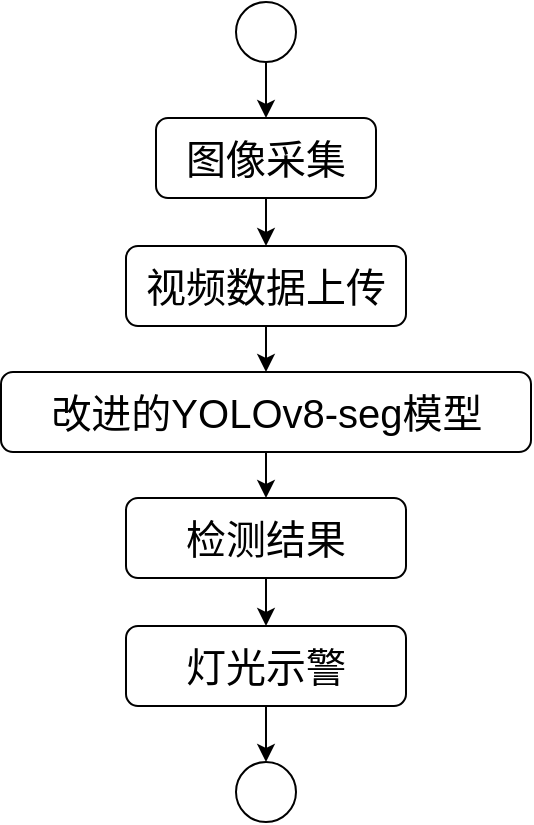
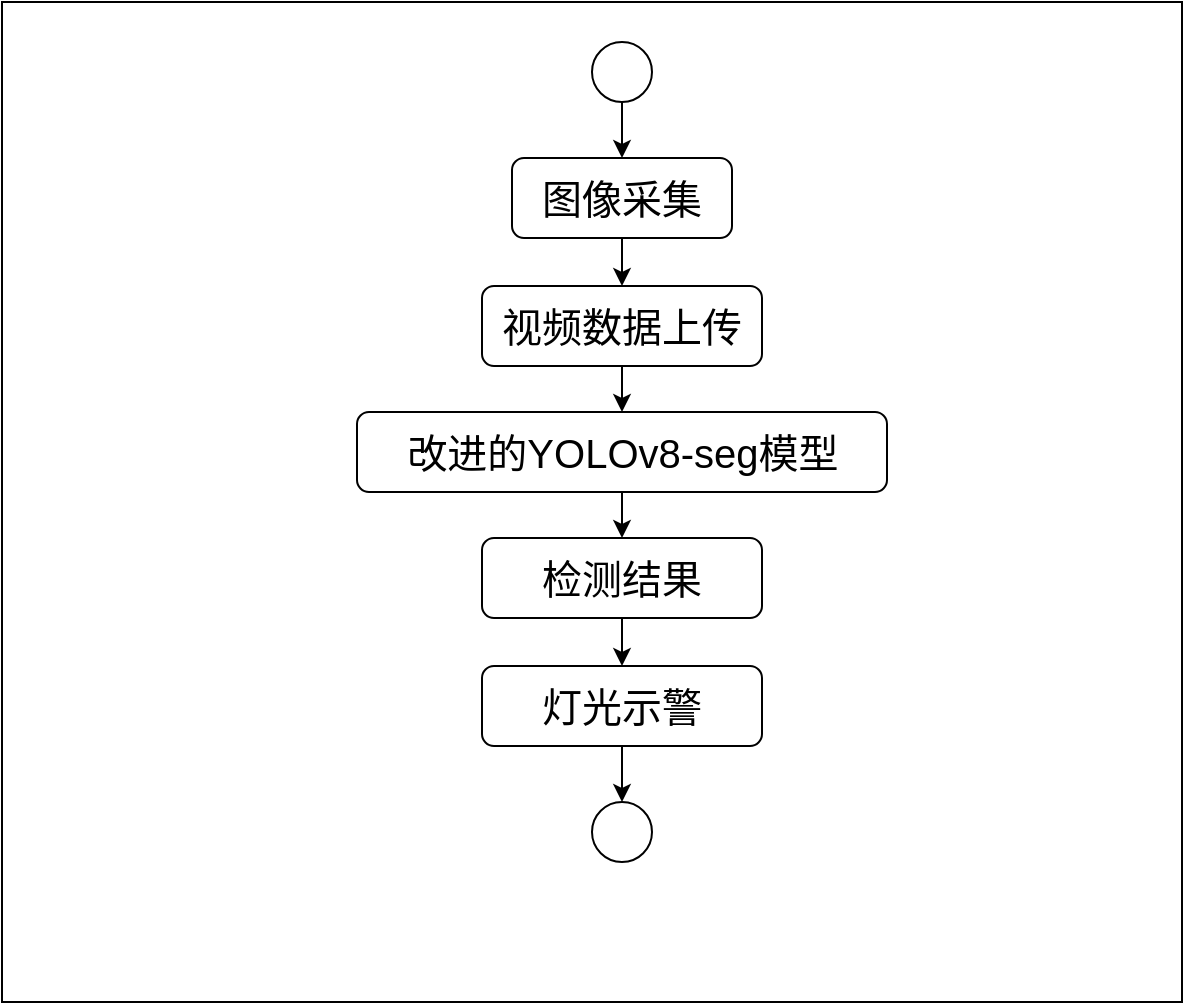
<mxfile host="app.diagrams.net">
  <diagram name="第 1 页" id="E5s4ptLoRb1T-XR0PYJT">
    <mxGraphModel dx="978" dy="541" grid="1" gridSize="10" guides="1" tooltips="1" connect="1" arrows="1" fold="1" page="1" pageScale="1" pageWidth="827" pageHeight="1169" math="0" shadow="0">
      <root>
        <mxCell id="0" />
        <mxCell id="1" parent="0" />
+         <mxCell id="4DdYKAOfvK7OkMoClmWN-1" parent="1" style="rounded=0;whiteSpace=wrap;html=1;" value="" vertex="1">
+           <mxGeometry height="500" width="590" x="160" y="110" as="geometry" />
+         </mxCell>
        <mxCell id="dwUfrGiroI4rYKch0C61-12" edge="1" parent="1" source="dwUfrGiroI4rYKch0C61-1" style="edgeStyle=orthogonalEdgeStyle;rounded=0;orthogonalLoop=1;jettySize=auto;html=1;exitX=0.5;exitY=1;exitDx=0;exitDy=0;entryX=0.5;entryY=0;entryDx=0;entryDy=0;" target="dwUfrGiroI4rYKch0C61-2">
          <mxGeometry relative="1" as="geometry" />
        </mxCell>
        <mxCell id="dwUfrGiroI4rYKch0C61-1" parent="1" style="ellipse;whiteSpace=wrap;html=1;aspect=fixed;" value="" vertex="1">
          <mxGeometry height="30" width="30" x="455" y="130" as="geometry" />
        </mxCell>
        <mxCell id="dwUfrGiroI4rYKch0C61-13" edge="1" parent="1" source="dwUfrGiroI4rYKch0C61-2" style="edgeStyle=orthogonalEdgeStyle;rounded=0;orthogonalLoop=1;jettySize=auto;html=1;exitX=0.5;exitY=1;exitDx=0;exitDy=0;entryX=0.5;entryY=0;entryDx=0;entryDy=0;" target="dwUfrGiroI4rYKch0C61-3">
          <mxGeometry relative="1" as="geometry" />
        </mxCell>
        <mxCell id="dwUfrGiroI4rYKch0C61-2" parent="1" style="rounded=1;whiteSpace=wrap;html=1;" value="&lt;font style=&quot;font-size: 20px;&quot;&gt;图像采集&lt;/font&gt;" vertex="1">
          <mxGeometry height="40" width="110" x="415" y="188" as="geometry" />
        </mxCell>
        <mxCell id="dwUfrGiroI4rYKch0C61-14" edge="1" parent="1" source="dwUfrGiroI4rYKch0C61-3" style="edgeStyle=orthogonalEdgeStyle;rounded=0;orthogonalLoop=1;jettySize=auto;html=1;exitX=0.5;exitY=1;exitDx=0;exitDy=0;entryX=0.5;entryY=0;entryDx=0;entryDy=0;" target="dwUfrGiroI4rYKch0C61-6">
          <mxGeometry relative="1" as="geometry" />
        </mxCell>
        <mxCell id="dwUfrGiroI4rYKch0C61-3" parent="1" style="rounded=1;whiteSpace=wrap;html=1;" value="&lt;font style=&quot;font-size: 20px;&quot;&gt;视频数据上传&lt;/font&gt;" vertex="1">
          <mxGeometry height="40" width="140" x="400" y="252" as="geometry" />
        </mxCell>
        <mxCell id="dwUfrGiroI4rYKch0C61-15" edge="1" parent="1" source="dwUfrGiroI4rYKch0C61-6" style="edgeStyle=orthogonalEdgeStyle;rounded=0;orthogonalLoop=1;jettySize=auto;html=1;exitX=0.5;exitY=1;exitDx=0;exitDy=0;entryX=0.5;entryY=0;entryDx=0;entryDy=0;" target="dwUfrGiroI4rYKch0C61-7">
          <mxGeometry relative="1" as="geometry" />
        </mxCell>
        <mxCell id="dwUfrGiroI4rYKch0C61-6" parent="1" style="rounded=1;whiteSpace=wrap;html=1;" value="&lt;font style=&quot;font-size: 20px;&quot;&gt;改进的YOLOv8-seg模型&lt;/font&gt;" vertex="1">
          <mxGeometry height="40" width="265" x="337.5" y="315" as="geometry" />
        </mxCell>
        <mxCell id="dwUfrGiroI4rYKch0C61-16" edge="1" parent="1" source="dwUfrGiroI4rYKch0C61-7" style="edgeStyle=orthogonalEdgeStyle;rounded=0;orthogonalLoop=1;jettySize=auto;html=1;exitX=0.5;exitY=1;exitDx=0;exitDy=0;" target="dwUfrGiroI4rYKch0C61-8">
          <mxGeometry relative="1" as="geometry" />
        </mxCell>
        <mxCell id="dwUfrGiroI4rYKch0C61-7" parent="1" style="rounded=1;whiteSpace=wrap;html=1;" value="&lt;span style=&quot;font-size: 20px;&quot;&gt;检测结果&lt;/span&gt;" vertex="1">
          <mxGeometry height="40" width="140" x="400" y="378" as="geometry" />
        </mxCell>
        <mxCell id="dwUfrGiroI4rYKch0C61-17" edge="1" parent="1" source="dwUfrGiroI4rYKch0C61-8" style="edgeStyle=orthogonalEdgeStyle;rounded=0;orthogonalLoop=1;jettySize=auto;html=1;exitX=0.5;exitY=1;exitDx=0;exitDy=0;entryX=0.5;entryY=0;entryDx=0;entryDy=0;" target="dwUfrGiroI4rYKch0C61-10">
          <mxGeometry relative="1" as="geometry" />
        </mxCell>
        <mxCell id="dwUfrGiroI4rYKch0C61-8" parent="1" style="rounded=1;whiteSpace=wrap;html=1;" value="&lt;span style=&quot;font-size: 20px;&quot;&gt;灯光示警&lt;/span&gt;" vertex="1">
          <mxGeometry height="40" width="140" x="400" y="442" as="geometry" />
        </mxCell>
        <mxCell id="dwUfrGiroI4rYKch0C61-10" parent="1" style="ellipse;whiteSpace=wrap;html=1;aspect=fixed;" value="" vertex="1">
          <mxGeometry height="30" width="30" x="455" y="510" as="geometry" />
        </mxCell>
      </root>
    </mxGraphModel>
  </diagram>
</mxfile>
